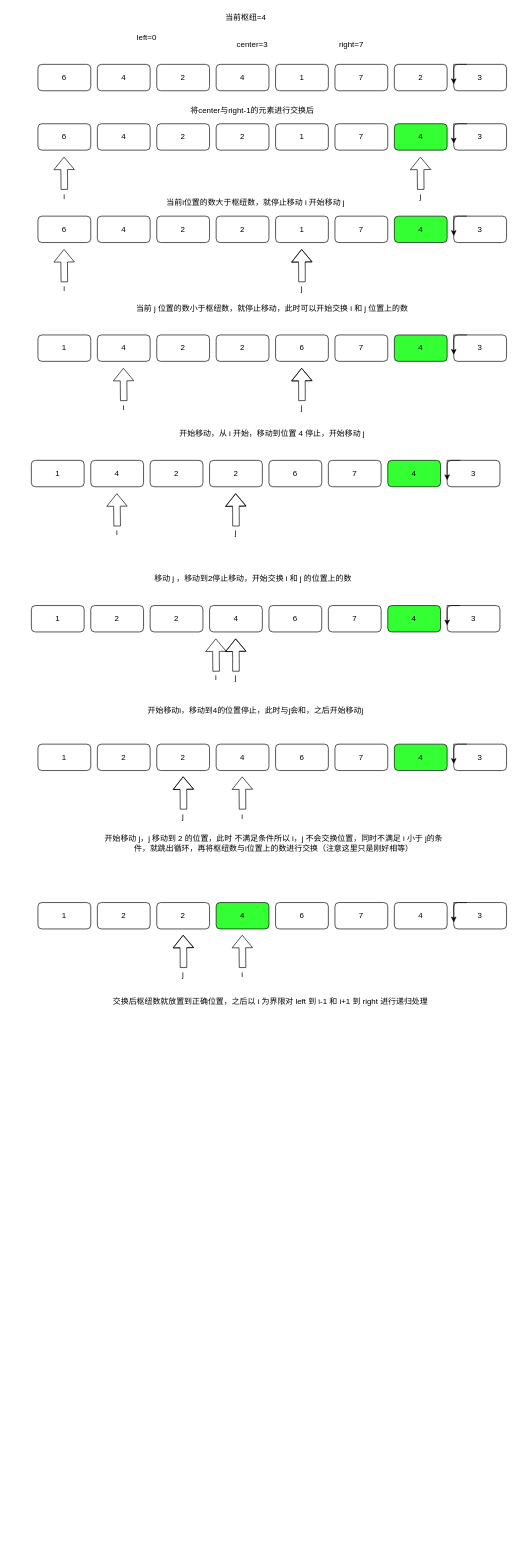
This is Untitled Diagram.drawio from hengtop/draw.io, a draw.io file, before an edit. Source tidied: cells renumbered, new cells numbered last; positions are measured from the earlier drawing's top-left corner, leaving out a move shared by most shapes. Both pictures are drawn from the tidied source at 66%, with x=0, y=0 at pixel (31, 11).
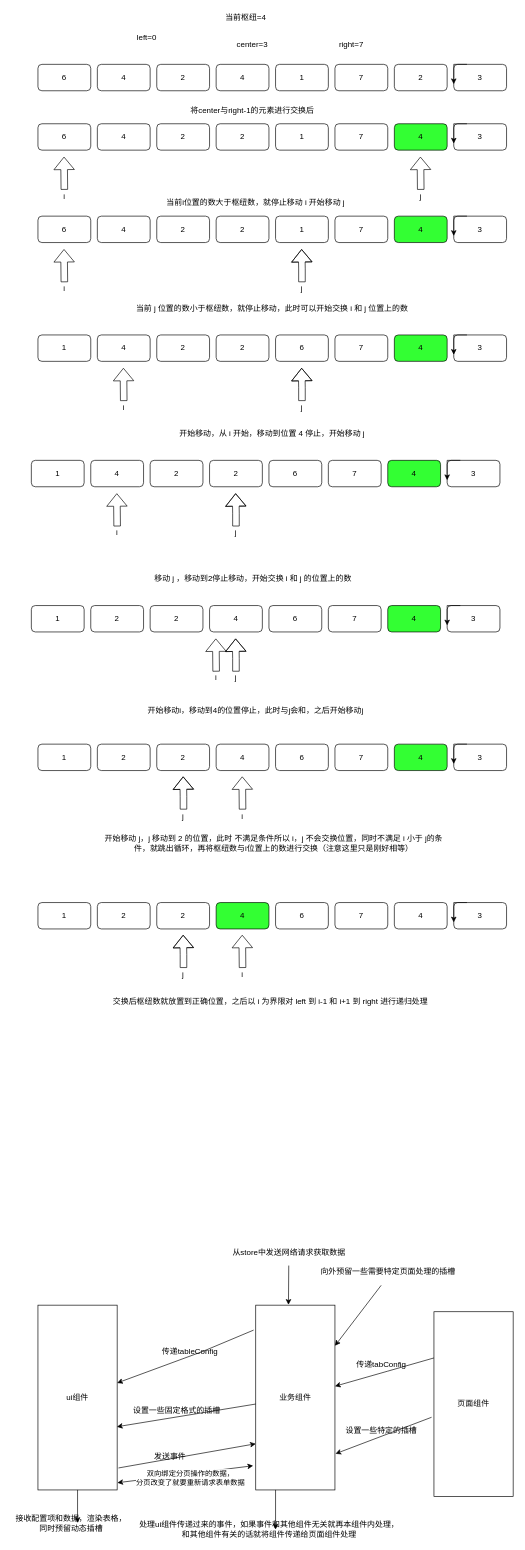
Above is the later version.

The edit, as a diff of the source:
```diff
@@
+    <mxCell id="114" value="ui组件" style="rounded=0;whiteSpace=wrap;html=1;" parent="1" vertex="1">
+      <mxGeometry x="10" y="1960" width="120" height="280" as="geometry" />
+    </mxCell>
+    <mxCell id="115" value="业务组件" style="rounded=0;whiteSpace=wrap;html=1;" parent="1" vertex="1">
+      <mxGeometry x="340" y="1960" width="120" height="280" as="geometry" />
+    </mxCell>
+    <mxCell id="116" value="页面组件" style="rounded=0;whiteSpace=wrap;html=1;" parent="1" vertex="1">
+      <mxGeometry x="610" y="1970" width="120" height="280" as="geometry" />
+    </mxCell>
+    <mxCell id="117" style="endArrow=classic;html=1;rounded=0;exitX=0;exitY=0.25;exitDx=0;exitDy=0;" parent="1" edge="1" source="116" target="115">
+      <mxGeometry relative="1" as="geometry">
+        <Array as="points">
+          <mxPoint x="540" y="2060" />
+        </Array>
+      </mxGeometry>
+    </mxCell>
+    <mxCell id="118" value="传递tabConfig" style="text;html=1;align=center;verticalAlign=middle;strokeColor=none;fillColor=none;" parent="1" vertex="1">
+      <mxGeometry x="485" y="2040" width="90" height="20" as="geometry" />
+    </mxCell>
+    <mxCell id="119" style="endArrow=classic;html=1;rounded=0;entryX=1.007;entryY=0.804;entryDx=0;entryDy=0;entryPerimeter=0;exitX=-0.03;exitY=0.571;exitDx=0;exitDy=0;exitPerimeter=0;" parent="1" edge="1" source="116" target="115">
+      <mxGeometry relative="1" as="geometry" />
+    </mxCell>
+    <mxCell id="120" value="设置一些特定的插槽" style="text;html=1;align=center;verticalAlign=middle;strokeColor=none;fillColor=none;" parent="1" vertex="1">
+      <mxGeometry x="470" y="2140" width="120" height="20" as="geometry" />
+    </mxCell>
+    <mxCell id="121" style="endArrow=classic;html=1;rounded=0;entryX=0.413;entryY=-0.002;entryDx=0;entryDy=0;entryPerimeter=0;" parent="1" edge="1" target="115">
+      <mxGeometry relative="1" as="geometry">
+        <mxPoint x="390" y="1900" as="sourcePoint" />
+      </mxGeometry>
+    </mxCell>
+    <mxCell id="122" value="从store中发送网络请求获取数据" style="text;html=1;align=center;verticalAlign=middle;strokeColor=none;fillColor=none;" parent="1" vertex="1">
+      <mxGeometry x="295" y="1870" width="190" height="20" as="geometry" />
+    </mxCell>
+    <mxCell id="123" style="endArrow=classic;html=1;rounded=0;exitX=-0.027;exitY=0.135;exitDx=0;exitDy=0;exitPerimeter=0;" parent="1" edge="1" source="115" target="114">
+      <mxGeometry relative="1" as="geometry">
+        <Array as="points">
+          <mxPoint x="260" y="2030" />
+        </Array>
+      </mxGeometry>
+    </mxCell>
+    <mxCell id="124" value="传递tableConfig" style="text;html=1;align=center;verticalAlign=middle;strokeColor=none;fillColor=none;" parent="1" vertex="1">
+      <mxGeometry x="190" y="2020" width="100" height="20" as="geometry" />
+    </mxCell>
+    <mxCell id="125" style="endArrow=classic;html=1;rounded=0;entryX=0.997;entryY=0.658;entryDx=0;entryDy=0;entryPerimeter=0;" parent="1" edge="1" source="115" target="114">
+      <mxGeometry relative="1" as="geometry" />
+    </mxCell>
+    <mxCell id="126" value="设置一些固定格式的插槽" style="text;html=1;align=center;verticalAlign=middle;strokeColor=none;fillColor=none;" parent="1" vertex="1">
+      <mxGeometry x="145" y="2110" width="150" height="20" as="geometry" />
+    </mxCell>
+    <mxCell id="127" style="endArrow=classic;html=1;rounded=0;exitX=1.017;exitY=0.881;exitDx=0;exitDy=0;exitPerimeter=0;entryX=0;entryY=0.75;entryDx=0;entryDy=0;" parent="1" edge="1" source="114" target="115">
+      <mxGeometry relative="1" as="geometry" />
+    </mxCell>
+    <mxCell id="128" value="发送事件" style="text;html=1;align=center;verticalAlign=middle;strokeColor=none;fillColor=none;" parent="1" vertex="1">
+      <mxGeometry x="180" y="2180" width="60" height="20" as="geometry" />
+    </mxCell>
+    <mxCell id="129" style="endArrow=classic;html=1;rounded=0;exitX=0.25;exitY=1;exitDx=0;exitDy=0;" parent="1" edge="1" source="115">
+      <mxGeometry relative="1" as="geometry">
+        <mxPoint x="370" y="2300" as="targetPoint" />
+      </mxGeometry>
+    </mxCell>
+    <mxCell id="130" value="处理ui组件传递过来的事件，如果事件和其他组件无关就再本组件内处理，&lt;br&gt;和其他组件有关的话就将组件传递给页面组件处理" style="text;html=1;align=center;verticalAlign=middle;strokeColor=none;fillColor=none;" parent="1" vertex="1">
+      <mxGeometry x="155" y="2285" width="410" height="30" as="geometry" />
+    </mxCell>
+    <mxCell id="131" style="endArrow=classic;startArrow=classic;html=1;rounded=0;entryX=-0.033;entryY=0.869;entryDx=0;entryDy=0;entryPerimeter=0;exitX=1.003;exitY=0.961;exitDx=0;exitDy=0;exitPerimeter=0;" parent="1" edge="1" source="114" target="115">
+      <mxGeometry relative="1" as="geometry" />
+    </mxCell>
+    <mxCell id="132" value="双向绑定分页操作的数据，&lt;br&gt;分页改变了就要重新请求表单数据" style="edgeLabel;html=1;align=center;verticalAlign=middle;" parent="131" vertex="1">
+      <mxGeometry x="-0.22" y="-3" relative="1" as="geometry">
+        <mxPoint x="29" as="offset" />
+      </mxGeometry>
+    </mxCell>
+    <mxCell id="133" style="endArrow=classic;html=1;rounded=0;" parent="1" edge="1" source="114">
+      <mxGeometry relative="1" as="geometry">
+        <mxPoint x="70" y="2290" as="targetPoint" />
+      </mxGeometry>
+    </mxCell>
+    <mxCell id="134" value="接收配置项和数据，渲染表格，&lt;br&gt;同时预留动态插槽" style="text;html=1;align=center;verticalAlign=middle;strokeColor=none;fillColor=none;" parent="1" vertex="1">
+      <mxGeometry x="-30" y="2275" width="180" height="30" as="geometry" />
+    </mxCell>
+    <mxCell id="135" style="endArrow=classic;html=1;rounded=0;" parent="1" edge="1" target="115">
+      <mxGeometry relative="1" as="geometry">
+        <mxPoint x="530" y="1930" as="sourcePoint" />
+      </mxGeometry>
+    </mxCell>
+    <mxCell id="136" value="向外预留一些需要特定页面处理的插槽" style="text;html=1;align=center;verticalAlign=middle;strokeColor=none;fillColor=none;" parent="1" vertex="1">
+      <mxGeometry x="430" y="1900" width="220" height="20" as="geometry" />
+    </mxCell>
```
